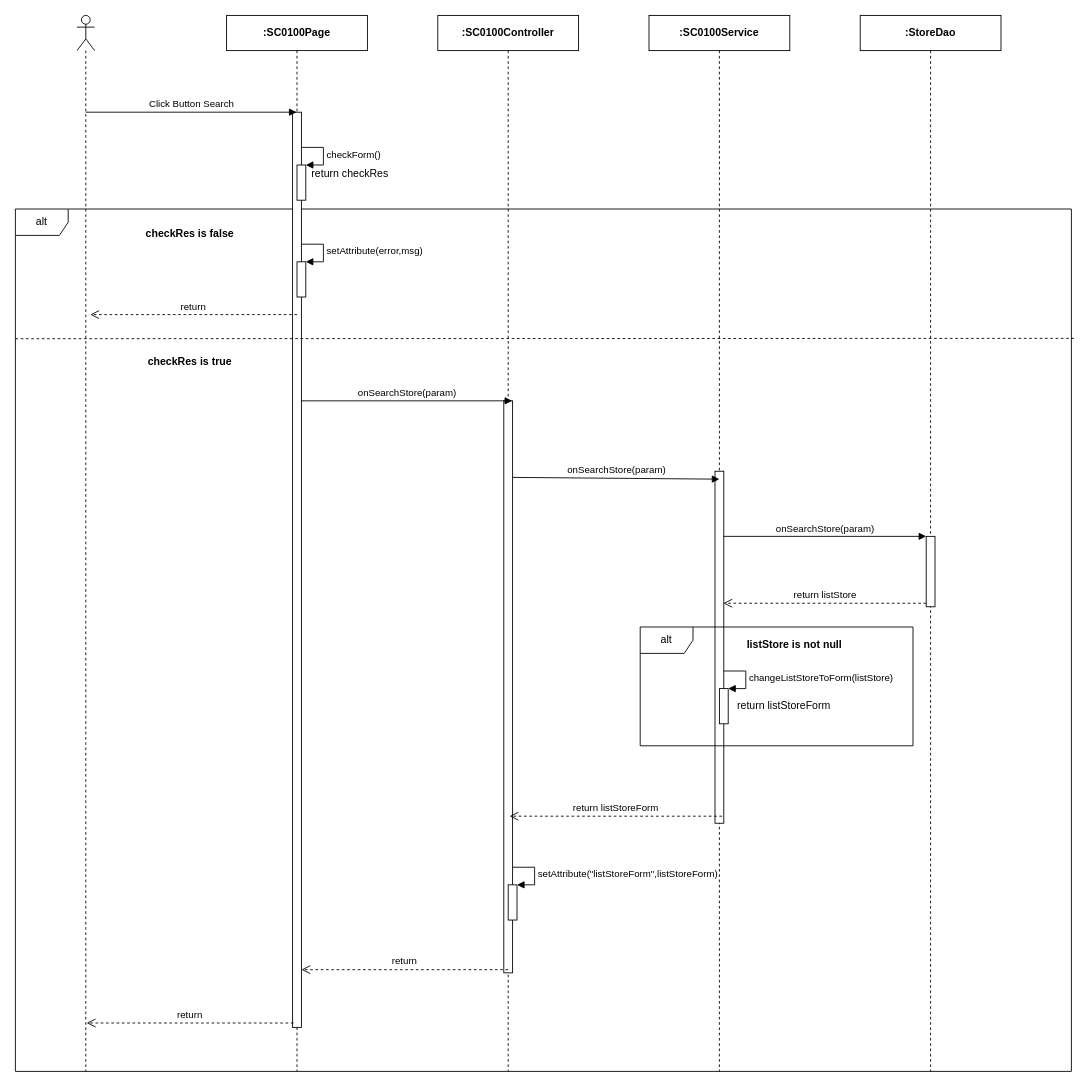
This is page "Ev02" (2 of 4) of Users/LuanNM/SEQ Diagram Review/sc01/SC0100_StoreManage.drawio from luannmdev/CapstoneDocument, a draw.io file, before an edit. Source tidied: cells renumbered, new cells numbered last; positions are measured from the earlier drawing's top-left corner, leaving out a move shared by most shapes. Both pictures are drawn from the tidied source at 88%, with x=0, y=0 at pixel (15, 15).
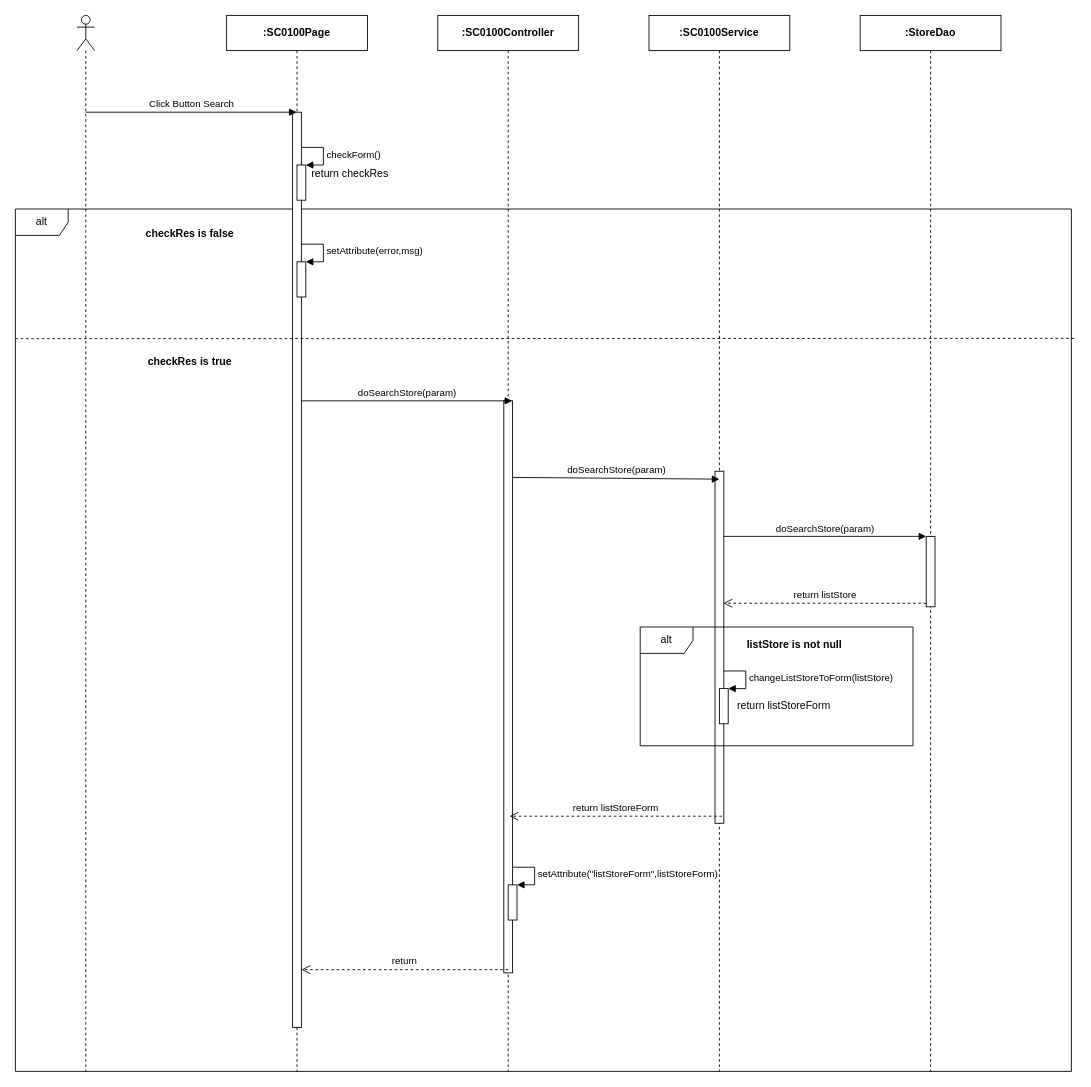
Above is the later version.

The change refers to these unchanged cells:
```xml
<mxCell id="7" style="html=1;points=[];perimeter=orthogonalPerimeter;" parent="6" vertex="1">
  <mxGeometry x="75" y="592" width="10" height="80" as="geometry" />
</mxCell>
```

The edit, as a diff of the source:
```diff
@@
-    <mxCell id="15" value="onSearch&lt;span style=&quot;text-align: left&quot;&gt;Store&lt;/span&gt;(param)" style="html=1;verticalAlign=bottom;endArrow=block;" parent="1" edge="1">
+    <mxCell id="15" value="doSearch&lt;span style=&quot;text-align: left&quot;&gt;Store&lt;/span&gt;(param)" style="html=1;verticalAlign=bottom;endArrow=block;" parent="1" edge="1">
       <mxGeometry relative="1" as="geometry">
         <mxPoint x="325" y="438" as="sourcePoint" />
         <mxPoint x="564.5" y="438" as="targetPoint" />
       </mxGeometry>
     </mxCell>
-    <mxCell id="16" value="onSearch&lt;span style=&quot;text-align: left&quot;&gt;Store&lt;/span&gt;(param)" style="html=1;verticalAlign=bottom;endArrow=block;" parent="1" edge="1">
+    <mxCell id="16" value="doSearch&lt;span style=&quot;text-align: left&quot;&gt;Store&lt;/span&gt;(param)" style="html=1;verticalAlign=bottom;endArrow=block;" parent="1" edge="1">
       <mxGeometry relative="1" as="geometry">
         <mxPoint x="565" y="525" as="sourcePoint" />
         <mxPoint x="800" y="527" as="targetPoint" />
       </mxGeometry>
     </mxCell>
@@
-    <mxCell id="19" value="return" style="html=1;verticalAlign=bottom;endArrow=open;dashed=1;endSize=8;" parent="1" edge="1">
-      <mxGeometry relative="1" as="geometry">
-        <mxPoint x="316" y="1145" as="sourcePoint" />
-        <mxPoint x="81" y="1145" as="targetPoint" />
-      </mxGeometry>
-    </mxCell>
-    <mxCell id="20" value="onSearch&lt;span style=&quot;text-align: left&quot;&gt;Store&lt;/span&gt;(param)" style="html=1;verticalAlign=bottom;endArrow=block;entryX=0;entryY=0;" parent="1" edge="1" target="7">
+    <mxCell id="20" value="doSearch&lt;span style=&quot;text-align: left&quot;&gt;Store&lt;/span&gt;(param)" style="html=1;verticalAlign=bottom;endArrow=block;entryX=0;entryY=0;" parent="1" edge="1" target="7">
       <mxGeometry relative="1" as="geometry">
         <mxPoint x="804.5" y="592" as="sourcePoint" />
       </mxGeometry>
     </mxCell>
@@
-    <mxCell id="33" value="return" style="html=1;verticalAlign=bottom;endArrow=open;dashed=1;endSize=8;" parent="1" edge="1">
-      <mxGeometry relative="1" as="geometry">
-        <mxPoint x="320" y="340" as="sourcePoint" />
-        <mxPoint x="85" y="340" as="targetPoint" />
-      </mxGeometry>
-    </mxCell>
```
